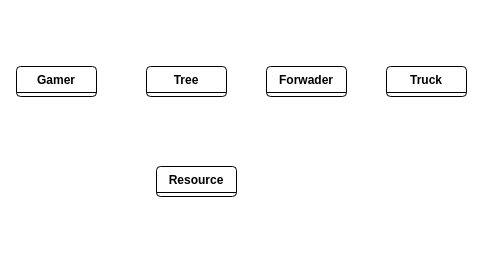
The draw.io diagram CE/Диаграмма классов.drawio in careock/diagrams, before the edit. Source tidied: cells renumbered, new cells numbered last; positions are measured from the earlier drawing's top-left corner, leaving out a move shared by most shapes. Both pictures are drawn from the tidied source at 100%, with x=0, y=0 at pixel (16, 66).
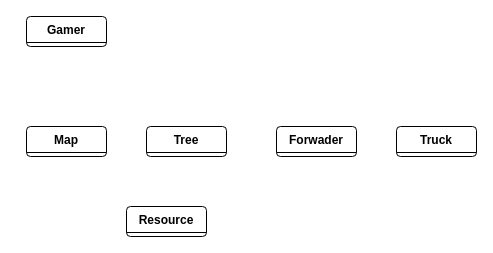
Above is the later version.

The edit, as a diff of the source:
```diff
@@
 <mxGraphModel>
   <root>
     <mxCell id="0" />
     <mxCell id="1" parent="0" />
     <mxCell id="2" value="Gamer" style="swimlane;fontStyle=1;align=center;verticalAlign=top;horizontal=1;startSize=26;rounded=1;" parent="1" vertex="1" collapsed="1">
-      <mxGeometry width="80" height="30" as="geometry" />
+      <mxGeometry x="10" y="-50" width="80" height="30" as="geometry" />
     </mxCell>
     <mxCell id="3" value="Tree" style="swimlane;fontStyle=1;align=center;verticalAlign=top;horizontal=1;startSize=26;rounded=1;" parent="1" vertex="1" collapsed="1">
-      <mxGeometry x="130" width="80" height="30" as="geometry" />
+      <mxGeometry x="130" y="60" width="80" height="30" as="geometry" />
     </mxCell>
     <mxCell id="4" value="Forwader" style="swimlane;fontStyle=1;align=center;verticalAlign=top;horizontal=1;startSize=26;rounded=1;" parent="1" vertex="1" collapsed="1">
-      <mxGeometry x="250" width="80" height="30" as="geometry" />
+      <mxGeometry x="260" y="60" width="80" height="30" as="geometry" />
     </mxCell>
     <mxCell id="5" value="Resource" style="swimlane;fontStyle=1;align=center;verticalAlign=top;horizontal=1;startSize=26;rounded=1;" parent="1" vertex="1" collapsed="1">
-      <mxGeometry x="140" y="100" width="80" height="30" as="geometry" />
+      <mxGeometry x="110" y="140" width="80" height="30" as="geometry" />
     </mxCell>
     <mxCell id="6" value="Truck" style="swimlane;fontStyle=1;align=center;verticalAlign=top;horizontal=1;startSize=26;rounded=1;" parent="1" vertex="1" collapsed="1">
-      <mxGeometry x="370" width="80" height="30" as="geometry" />
+      <mxGeometry x="380" y="60" width="80" height="30" as="geometry" />
     </mxCell>
+    <mxCell id="7" value="Map" style="swimlane;fontStyle=1;align=center;verticalAlign=top;horizontal=1;startSize=26;rounded=1;" parent="1" vertex="1" collapsed="1">
+      <mxGeometry x="10" y="60" width="80" height="30" as="geometry" />
+    </mxCell>
   </root>
 </mxGraphModel>
```
